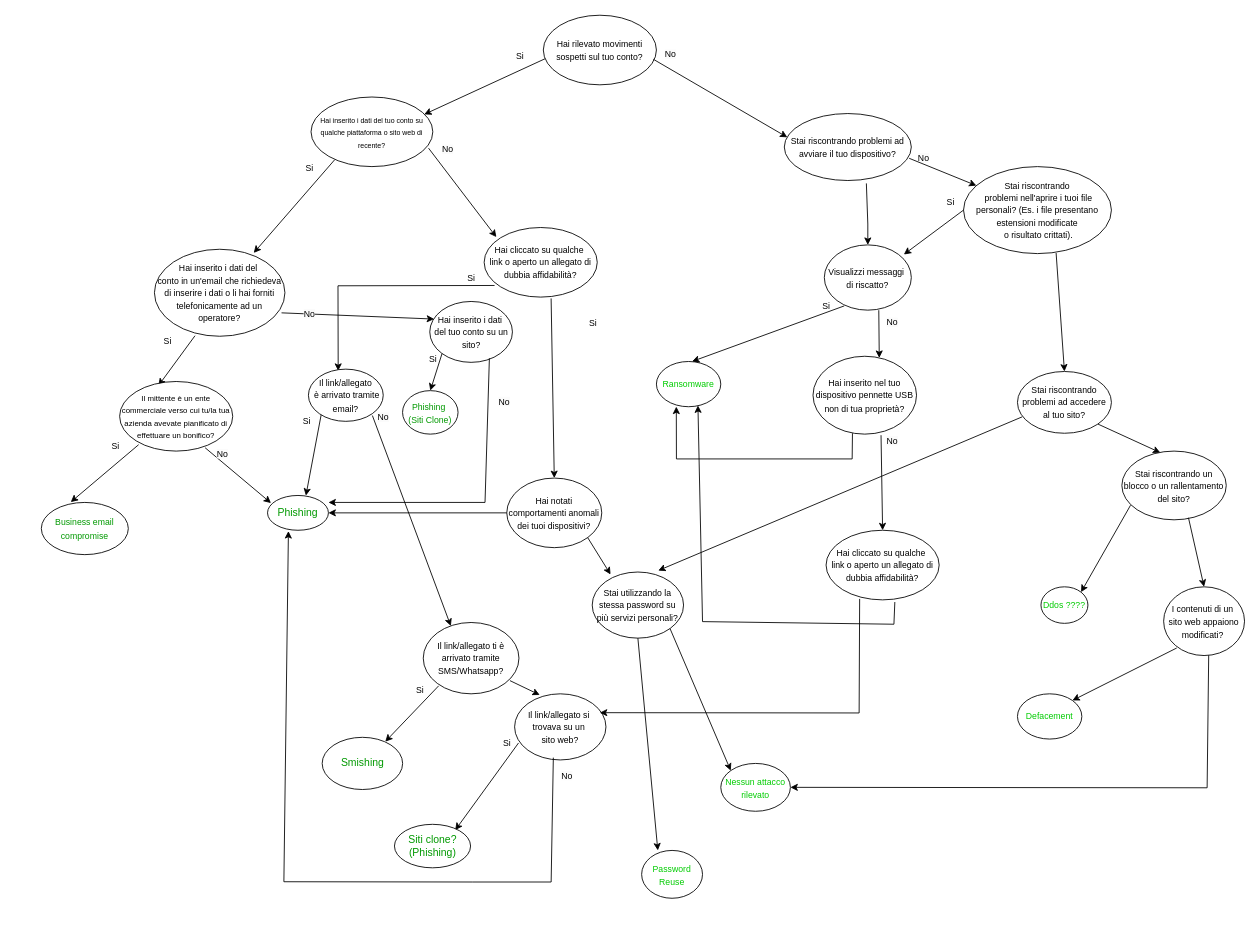
This is Diagramma senza titolo.drawio from ClaudiaMarano/Decision-tree, a draw.io file, before an edit. Source tidied: cells renumbered, new cells numbered last; positions are measured from the earlier drawing's top-left corner, leaving out a move shared by most shapes. Both pictures are drawn from the tidied source at 87%, with x=0, y=0 at pixel (41, 15).
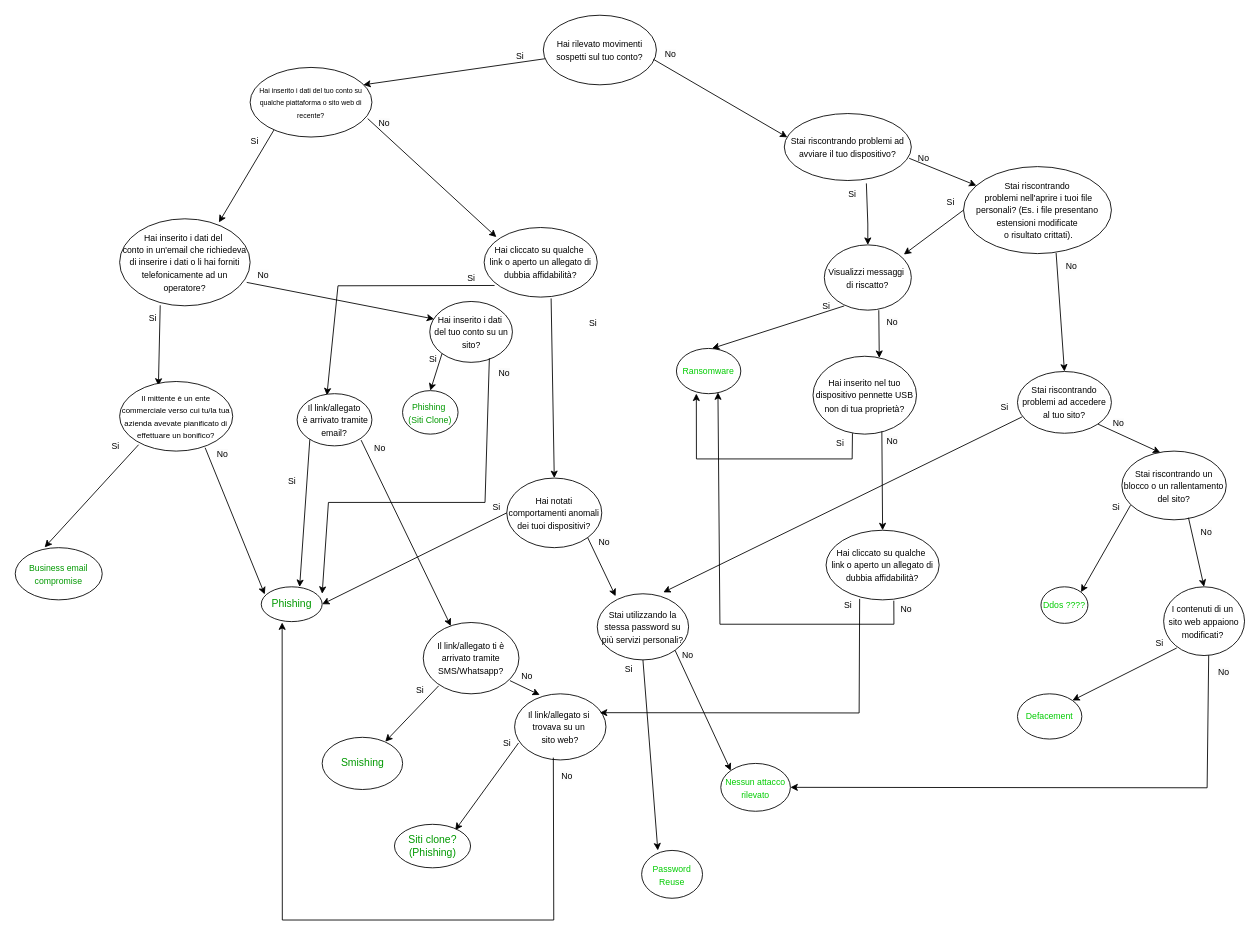
The same diagram, later.

Unchanged cells that the change refers to:
```xml
<mxCell id="20" value="&lt;span style=&quot;font-size: 10px;&quot;&gt;Hai inserito i dati&amp;nbsp;&lt;/span&gt;&lt;div&gt;&lt;span style=&quot;font-size: 10px;&quot;&gt;del tuo conto su un sito?&lt;/span&gt;&lt;/div&gt;" style="ellipse;whiteSpace=wrap;html=1;" parent="1" vertex="1">
  <mxGeometry x="446.5" y="329" width="95" height="70" as="geometry" />
</mxCell>
<mxCell id="45" value="&lt;span style=&quot;font-size: 10px;&quot;&gt;Il link/allegato si&amp;nbsp;&lt;/span&gt;&lt;div&gt;&lt;span style=&quot;font-size: 10px;&quot;&gt;trovava su un&amp;nbsp;&lt;/span&gt;&lt;/div&gt;&lt;div&gt;&lt;span style=&quot;font-size: 10px;&quot;&gt;sito web?&lt;/span&gt;&lt;/div&gt;" style="ellipse;whiteSpace=wrap;html=1;" parent="1" vertex="1">
  <mxGeometry x="544" y="780" width="105" height="76" as="geometry" />
</mxCell>
<mxCell id="60" value="&lt;span style=&quot;font-size: 10px;&quot;&gt;Hai inserito nel tuo dispositivo pennette USB non di tua proprietà?&lt;/span&gt;" style="ellipse;whiteSpace=wrap;html=1;" parent="1" vertex="1">
  <mxGeometry x="887" y="392" width="119" height="89.5" as="geometry" />
</mxCell>
<mxCell id="79" value="&lt;span style=&quot;font-size: 10px;&quot;&gt;Hai cliccato su qualche&amp;nbsp;&lt;/span&gt;&lt;div&gt;&lt;span style=&quot;font-size: 10px;&quot;&gt;link o aperto un allegato di dubbia affidabilità?&lt;/span&gt;&lt;/div&gt;" style="ellipse;whiteSpace=wrap;html=1;" parent="1" vertex="1">
  <mxGeometry x="902" y="592" width="130" height="80" as="geometry" />
</mxCell>
```

What changed in the source:
```diff
@@
     <mxCell id="4" value="&lt;font style=&quot;font-size: 8px;&quot;&gt;Hai inserito i dati del tuo conto su qualche piattaforma o sito web di recente?&lt;/font&gt;" style="ellipse;whiteSpace=wrap;html=1;" parent="1" vertex="1">
-      <mxGeometry x="310" y="94" width="140" height="80" as="geometry" />
+      <mxGeometry x="240" y="60" width="140" height="80" as="geometry" />
     </mxCell>
@@
     <mxCell id="9" value="&lt;font style=&quot;font-size: 10px;&quot;&gt;Si&lt;/font&gt;" style="text;html=1;align=center;verticalAlign=middle;strokeColor=none;fillColor=none;" parent="1" vertex="1">
-      <mxGeometry x="292.8" y="160" width="30" height="30" as="geometry" />
+      <mxGeometry x="230" y="130" width="30" height="30" as="geometry" />
     </mxCell>
@@
     <mxCell id="13" value="&lt;span style=&quot;color: rgb(0, 0, 0); font-family: Helvetica; font-size: 10px; font-style: normal; font-variant-ligatures: normal; font-variant-caps: normal; font-weight: 400; letter-spacing: normal; orphans: 2; text-align: center; text-indent: 0px; text-transform: none; widows: 2; word-spacing: 0px; -webkit-text-stroke-width: 0px; white-space: nowrap; background-color: rgb(251, 251, 251); text-decoration-thickness: initial; text-decoration-style: initial; text-decoration-color: initial; display: inline !important; float: none;&quot;&gt;No&lt;/span&gt;" style="text;whiteSpace=wrap;html=1;" parent="1" vertex="1">
-      <mxGeometry x="459" y="140" width="20" height="20" as="geometry" />
+      <mxGeometry x="385.9" y="110" width="20" height="20" as="geometry" />
     </mxCell>
@@
     <mxCell id="16" value="&lt;font style=&quot;font-size: 10px;&quot;&gt;Hai inserito i dati del&amp;nbsp;&lt;/font&gt;&lt;div&gt;&lt;font style=&quot;font-size: 10px;&quot;&gt;conto in un'email che richiedeva di inserire&amp;nbsp;&lt;/font&gt;&lt;span style=&quot;font-size: 10px; background-color: initial;&quot;&gt;i dati o li hai forniti telefonicamente ad un operatore?&lt;/span&gt;&lt;/div&gt;" style="ellipse;whiteSpace=wrap;html=1;" parent="1" vertex="1">
-      <mxGeometry x="130" y="269" width="150" height="100" as="geometry" />
+      <mxGeometry x="90" y="234" width="150" height="100" as="geometry" />
     </mxCell>
@@
     <mxCell id="23" value="&lt;font style=&quot;font-size: 10px;&quot;&gt;Si&lt;/font&gt;" style="text;html=1;align=center;verticalAlign=middle;strokeColor=none;fillColor=none;" parent="1" vertex="1">
-      <mxGeometry x="130" y="359" width="30" height="30" as="geometry" />
+      <mxGeometry x="113" y="333" width="30" height="30" as="geometry" />
     </mxCell>
@@
     <mxCell id="26" value="&lt;span style=&quot;color: rgb(0, 0, 0); font-family: Helvetica; font-size: 10px; font-style: normal; font-variant-ligatures: normal; font-variant-caps: normal; font-weight: 400; letter-spacing: normal; orphans: 2; text-align: center; text-indent: 0px; text-transform: none; widows: 2; word-spacing: 0px; -webkit-text-stroke-width: 0px; white-space: nowrap; background-color: rgb(251, 251, 251); text-decoration-thickness: initial; text-decoration-style: initial; text-decoration-color: initial; display: inline !important; float: none;&quot;&gt;No&lt;/span&gt;" style="text;whiteSpace=wrap;html=1;" parent="1" vertex="1">
-      <mxGeometry x="300" y="329" width="20" height="20" as="geometry" />
+      <mxGeometry x="247" y="284" width="20" height="20" as="geometry" />
     </mxCell>
@@
     <mxCell id="30" value="&lt;font color=&quot;#009900&quot; size=&quot;1&quot;&gt;Business email compromise&lt;/font&gt;" style="ellipse;whiteSpace=wrap;html=1;" parent="1" vertex="1">
-      <mxGeometry y="560" width="100" height="60" as="geometry" />
+      <mxGeometry x="-30" y="612" width="100" height="60" as="geometry" />
     </mxCell>
     <mxCell id="31" value="&lt;font color=&quot;#009900&quot;&gt;Phishing&lt;/font&gt;" style="ellipse;whiteSpace=wrap;html=1;" parent="1" vertex="1">
-      <mxGeometry x="260" y="552" width="70" height="40" as="geometry" />
+      <mxGeometry x="252.8" y="657" width="70" height="40" as="geometry" />
     </mxCell>
     <mxCell id="32" value="&lt;span style=&quot;font-size: 10px;&quot;&gt;Il link/allegato&lt;/span&gt;&lt;div&gt;&lt;span style=&quot;font-size: 10px;&quot;&gt;&amp;nbsp;è arrivato tramite email?&lt;/span&gt;&lt;/div&gt;" style="ellipse;whiteSpace=wrap;html=1;" parent="1" vertex="1">
-      <mxGeometry x="307" y="406.8" width="86" height="60" as="geometry" />
+      <mxGeometry x="294" y="435" width="86" height="60" as="geometry" />
     </mxCell>
@@
     <mxCell id="37" value="&lt;font style=&quot;font-size: 10px;&quot;&gt;Si&lt;/font&gt;" style="text;html=1;align=center;verticalAlign=middle;strokeColor=none;fillColor=none;" parent="1" vertex="1">
-      <mxGeometry x="290" y="450.5" width="30" height="30" as="geometry" />
+      <mxGeometry x="272.8" y="520" width="30" height="30" as="geometry" />
     </mxCell>
@@
     <mxCell id="43" value="&lt;span style=&quot;color: rgb(0, 0, 0); font-family: Helvetica; font-size: 10px; font-style: normal; font-variant-ligatures: normal; font-variant-caps: normal; font-weight: 400; letter-spacing: normal; orphans: 2; text-align: center; text-indent: 0px; text-transform: none; widows: 2; word-spacing: 0px; -webkit-text-stroke-width: 0px; white-space: nowrap; background-color: rgb(251, 251, 251); text-decoration-thickness: initial; text-decoration-style: initial; text-decoration-color: initial; display: inline !important; float: none;&quot;&gt;No&lt;/span&gt;" style="text;whiteSpace=wrap;html=1;" parent="1" vertex="1">
-      <mxGeometry x="384.9" y="448" width="20" height="20" as="geometry" />
+      <mxGeometry x="380.9" y="483" width="20" height="20" as="geometry" />
     </mxCell>
@@
     <mxCell id="49" style="endArrow=classic;html=1;rounded=0;entryX=0.343;entryY=1.024;entryDx=0;entryDy=0;entryPerimeter=0;exitX=0.424;exitY=0.965;exitDx=0;exitDy=0;exitPerimeter=0;" parent="1" edge="1" source="45" target="31">
       <mxGeometry relative="1" as="geometry">
         <Array as="points">
-          <mxPoint x="586" y="996.3" />
-          <mxPoint x="495.9" y="996.3" />
-          <mxPoint x="278.8" y="996" />
+          <mxPoint x="589" y="1040" />
+          <mxPoint x="277" y="1040" />
         </Array>
       </mxGeometry>
     </mxCell>
@@
     <mxCell id="53" value="&lt;span style=&quot;font-size: 10px;&quot;&gt;&lt;font color=&quot;#00cc00&quot;&gt;Ransomware&lt;/font&gt;&lt;/span&gt;" style="ellipse;whiteSpace=wrap;html=1;" parent="1" vertex="1">
-      <mxGeometry x="707" y="398" width="74" height="52" as="geometry" />
+      <mxGeometry x="730" y="383" width="74" height="52" as="geometry" />
     </mxCell>
@@
     <mxCell id="62" style="endArrow=classic;html=1;rounded=0;exitX=0.381;exitY=0.989;exitDx=0;exitDy=0;exitPerimeter=0;entryX=0.309;entryY=0.998;entryDx=0;entryDy=0;entryPerimeter=0;" parent="1" edge="1" source="60" target="53">
       <mxGeometry relative="1" as="geometry">
         <Array as="points">
           <mxPoint x="932" y="510" />
-          <mxPoint x="730" y="510" />
+          <mxPoint x="753" y="510" />
         </Array>
       </mxGeometry>
     </mxCell>
@@
     <mxCell id="70" style="endArrow=classic;html=1;rounded=0;entryX=1;entryY=0.2;entryDx=0;entryDy=0;entryPerimeter=0;exitX=0.721;exitY=0.933;exitDx=0;exitDy=0;exitPerimeter=0;" parent="1" edge="1" source="20" target="31">
       <mxGeometry relative="1" as="geometry">
         <Array as="points">
           <mxPoint x="510" y="560" />
+          <mxPoint x="330" y="560" />
         </Array>
       </mxGeometry>
     </mxCell>
     <mxCell id="71" value="&lt;span style=&quot;color: rgb(0, 0, 0); font-family: Helvetica; font-size: 10px; font-style: normal; font-variant-ligatures: normal; font-variant-caps: normal; font-weight: 400; letter-spacing: normal; orphans: 2; text-align: center; text-indent: 0px; text-transform: none; widows: 2; word-spacing: 0px; -webkit-text-stroke-width: 0px; white-space: nowrap; background-color: rgb(251, 251, 251); text-decoration-thickness: initial; text-decoration-style: initial; text-decoration-color: initial; display: inline !important; float: none;&quot;&gt;No&lt;/span&gt;" style="text;whiteSpace=wrap;html=1;" parent="1" vertex="1">
-      <mxGeometry x="524" y="430" width="20" height="20" as="geometry" />
+      <mxGeometry x="524" y="397" width="20" height="20" as="geometry" />
     </mxCell>
@@
     <mxCell id="76" value="&lt;span style=&quot;font-size: 10px;&quot;&gt;Stai utilizzando la stessa password su più servizi personali?&lt;/span&gt;" style="ellipse;whiteSpace=wrap;html=1;" parent="1" vertex="1">
-      <mxGeometry x="633.2" y="640" width="105" height="76" as="geometry" />
+      <mxGeometry x="639" y="665" width="105" height="76" as="geometry" />
     </mxCell>
@@
-    <mxCell id="80" style="endArrow=classic;html=1;rounded=0;exitX=0.657;exitY=1.014;exitDx=0;exitDy=0;exitPerimeter=0;entryX=0.5;entryY=0;entryDx=0;entryDy=0;" parent="1" edge="1" source="60" target="79">
+    <mxCell id="80" style="endArrow=classic;html=1;rounded=0;exitX=0.665;exitY=0.966;exitDx=0;exitDy=0;exitPerimeter=0;entryX=0.5;entryY=0;entryDx=0;entryDy=0;" parent="1" edge="1" source="60" target="79">
       <mxGeometry relative="1" as="geometry" />
     </mxCell>
-    <mxCell id="81" style="endArrow=classic;html=1;rounded=0;exitX=0.608;exitY=1.031;exitDx=0;exitDy=0;exitPerimeter=0;entryX=0.645;entryY=0.971;entryDx=0;entryDy=0;entryPerimeter=0;" parent="1" edge="1" source="79" target="53">
+    <mxCell id="81" style="endArrow=classic;html=1;rounded=0;exitX=0.599;exitY=1.012;exitDx=0;exitDy=0;exitPerimeter=0;entryX=0.645;entryY=0.971;entryDx=0;entryDy=0;entryPerimeter=0;" parent="1" edge="1" source="79" target="53">
       <mxGeometry relative="1" as="geometry">
         <Array as="points">
           <mxPoint x="980" y="700" />
-          <mxPoint x="760" y="697" />
+          <mxPoint x="780" y="700" />
         </Array>
       </mxGeometry>
     </mxCell>
@@
+    <mxCell id="92" value="&lt;font style=&quot;font-size: 10px;&quot;&gt;Si&lt;/font&gt;" style="text;html=1;align=center;verticalAlign=middle;strokeColor=none;fillColor=none;" parent="1" vertex="1">
+      <mxGeometry x="917" y="190" width="30" height="30" as="geometry" />
+    </mxCell>
+    <mxCell id="93" value="&lt;font style=&quot;font-size: 10px;&quot;&gt;Si&lt;/font&gt;" style="text;html=1;align=center;verticalAlign=middle;strokeColor=none;fillColor=none;" parent="1" vertex="1">
+      <mxGeometry x="903" y="477" width="30" height="30" as="geometry" />
+    </mxCell>
+    <mxCell id="94" value="&lt;span style=&quot;color: rgb(0, 0, 0); font-family: Helvetica; font-size: 10px; font-style: normal; font-variant-ligatures: normal; font-variant-caps: normal; font-weight: 400; letter-spacing: normal; orphans: 2; text-align: center; text-indent: 0px; text-transform: none; widows: 2; word-spacing: 0px; -webkit-text-stroke-width: 0px; white-space: nowrap; background-color: rgb(251, 251, 251); text-decoration-thickness: initial; text-decoration-style: initial; text-decoration-color: initial; display: inline !important; float: none;&quot;&gt;No&lt;/span&gt;" style="text;whiteSpace=wrap;html=1;" parent="1" vertex="1">
+      <mxGeometry x="1176" y="274" width="20" height="20" as="geometry" />
+    </mxCell>
+    <mxCell id="95" value="&lt;span style=&quot;color: rgb(0, 0, 0); font-family: Helvetica; font-size: 10px; font-style: normal; font-variant-ligatures: normal; font-variant-caps: normal; font-weight: 400; letter-spacing: normal; orphans: 2; text-align: center; text-indent: 0px; text-transform: none; widows: 2; word-spacing: 0px; -webkit-text-stroke-width: 0px; white-space: nowrap; background-color: rgb(251, 251, 251); text-decoration-thickness: initial; text-decoration-style: initial; text-decoration-color: initial; display: inline !important; float: none;&quot;&gt;No&lt;/span&gt;" style="text;whiteSpace=wrap;html=1;" parent="1" vertex="1">
+      <mxGeometry x="1230" y="455" width="20" height="20" as="geometry" />
+    </mxCell>
+    <mxCell id="96" value="&lt;font style=&quot;font-size: 10px;&quot;&gt;Si&lt;/font&gt;" style="text;html=1;align=center;verticalAlign=middle;strokeColor=none;fillColor=none;" parent="1" vertex="1">
+      <mxGeometry x="1092" y="435" width="30" height="30" as="geometry" />
+    </mxCell>
+    <mxCell id="97" value="&lt;font style=&quot;font-size: 10px;&quot;&gt;Si&lt;/font&gt;" style="text;html=1;align=center;verticalAlign=middle;strokeColor=none;fillColor=none;" parent="1" vertex="1">
+      <mxGeometry x="1220" y="550" width="30" height="30" as="geometry" />
+    </mxCell>
+    <mxCell id="98" value="&lt;font style=&quot;font-size: 10px;&quot;&gt;Si&lt;/font&gt;" style="text;html=1;align=center;verticalAlign=middle;strokeColor=none;fillColor=none;" parent="1" vertex="1">
+      <mxGeometry x="1270" y="706" width="30" height="30" as="geometry" />
+    </mxCell>
+    <mxCell id="99" value="&lt;span style=&quot;color: rgb(0, 0, 0); font-family: Helvetica; font-size: 10px; font-style: normal; font-variant-ligatures: normal; font-variant-caps: normal; font-weight: 400; letter-spacing: normal; orphans: 2; text-align: center; text-indent: 0px; text-transform: none; widows: 2; word-spacing: 0px; -webkit-text-stroke-width: 0px; white-space: nowrap; background-color: rgb(251, 251, 251); text-decoration-thickness: initial; text-decoration-style: initial; text-decoration-color: initial; display: inline !important; float: none;&quot;&gt;No&lt;/span&gt;" style="text;whiteSpace=wrap;html=1;" parent="1" vertex="1">
+      <mxGeometry x="1331" y="580" width="20" height="20" as="geometry" />
+    </mxCell>
+    <mxCell id="100" value="&lt;span style=&quot;color: rgb(0, 0, 0); font-family: Helvetica; font-size: 10px; font-style: normal; font-variant-ligatures: normal; font-variant-caps: normal; font-weight: 400; letter-spacing: normal; orphans: 2; text-align: center; text-indent: 0px; text-transform: none; widows: 2; word-spacing: 0px; -webkit-text-stroke-width: 0px; white-space: nowrap; background-color: rgb(251, 251, 251); text-decoration-thickness: initial; text-decoration-style: initial; text-decoration-color: initial; display: inline !important; float: none;&quot;&gt;No&lt;/span&gt;" style="text;whiteSpace=wrap;html=1;" parent="1" vertex="1">
+      <mxGeometry x="1351" y="741" width="20" height="20" as="geometry" />
+    </mxCell>
+    <mxCell id="101" value="&lt;font style=&quot;font-size: 10px;&quot;&gt;Si&lt;/font&gt;" style="text;html=1;align=center;verticalAlign=middle;strokeColor=none;fillColor=none;" parent="1" vertex="1">
+      <mxGeometry x="660" y="736" width="30" height="30" as="geometry" />
+    </mxCell>
+    <mxCell id="102" value="&lt;font style=&quot;font-size: 10px;&quot;&gt;Si&lt;/font&gt;" style="text;html=1;align=center;verticalAlign=middle;strokeColor=none;fillColor=none;" parent="1" vertex="1">
+      <mxGeometry x="508" y="550" width="30" height="30" as="geometry" />
+    </mxCell>
+    <mxCell id="103" value="&lt;font style=&quot;font-size: 10px;&quot;&gt;Si&lt;/font&gt;" style="text;html=1;align=center;verticalAlign=middle;strokeColor=none;fillColor=none;" parent="1" vertex="1">
+      <mxGeometry x="912" y="663" width="30" height="30" as="geometry" />
+    </mxCell>
+    <mxCell id="104" value="&lt;span style=&quot;color: rgb(0, 0, 0); font-family: Helvetica; font-size: 10px; font-style: normal; font-variant-ligatures: normal; font-variant-caps: normal; font-weight: 400; letter-spacing: normal; orphans: 2; text-align: center; text-indent: 0px; text-transform: none; widows: 2; word-spacing: 0px; -webkit-text-stroke-width: 0px; white-space: nowrap; background-color: rgb(251, 251, 251); text-decoration-thickness: initial; text-decoration-style: initial; text-decoration-color: initial; display: inline !important; float: none;&quot;&gt;No&lt;/span&gt;" style="text;whiteSpace=wrap;html=1;" parent="1" vertex="1">
+      <mxGeometry x="986" y="668" width="20" height="20" as="geometry" />
+    </mxCell>
+    <mxCell id="105" value="&lt;span style=&quot;color: rgb(0, 0, 0); font-family: Helvetica; font-size: 10px; font-style: normal; font-variant-ligatures: normal; font-variant-caps: normal; font-weight: 400; letter-spacing: normal; orphans: 2; text-align: center; text-indent: 0px; text-transform: none; widows: 2; word-spacing: 0px; -webkit-text-stroke-width: 0px; white-space: nowrap; background-color: rgb(251, 251, 251); text-decoration-thickness: initial; text-decoration-style: initial; text-decoration-color: initial; display: inline !important; float: none;&quot;&gt;No&lt;/span&gt;" style="text;whiteSpace=wrap;html=1;" parent="1" vertex="1">
+      <mxGeometry x="735" y="721" width="20" height="20" as="geometry" />
+    </mxCell>
+    <mxCell id="106" value="&lt;span style=&quot;color: rgb(0, 0, 0); font-family: Helvetica; font-size: 10px; font-style: normal; font-variant-ligatures: normal; font-variant-caps: normal; font-weight: 400; letter-spacing: normal; orphans: 2; text-align: center; text-indent: 0px; text-transform: none; widows: 2; word-spacing: 0px; -webkit-text-stroke-width: 0px; white-space: nowrap; background-color: rgb(251, 251, 251); text-decoration-thickness: initial; text-decoration-style: initial; text-decoration-color: initial; display: inline !important; float: none;&quot;&gt;No&lt;/span&gt;" style="text;whiteSpace=wrap;html=1;" parent="1" vertex="1">
+      <mxGeometry x="639" y="592" width="20" height="20" as="geometry" />
+    </mxCell>
+    <mxCell id="107" value="&lt;span style=&quot;color: rgb(0, 0, 0); font-family: Helvetica; font-size: 10px; font-style: normal; font-variant-ligatures: normal; font-variant-caps: normal; font-weight: 400; letter-spacing: normal; orphans: 2; text-align: center; text-indent: 0px; text-transform: none; widows: 2; word-spacing: 0px; -webkit-text-stroke-width: 0px; white-space: nowrap; background-color: rgb(251, 251, 251); text-decoration-thickness: initial; text-decoration-style: initial; text-decoration-color: initial; display: inline !important; float: none;&quot;&gt;No&lt;/span&gt;" style="text;whiteSpace=wrap;html=1;" parent="1" vertex="1">
+      <mxGeometry x="550" y="746" width="20" height="20" as="geometry" />
+    </mxCell>
```
